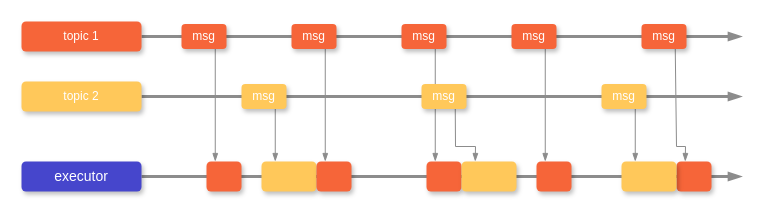
Before: rtest/doc/Concepts/draw.io/msg_timing.drawio in Beam-and-Spyrosoft/rtest, a draw.io diagram. Source tidied: cells renumbered, new cells numbered last; positions are measured from the earlier drawing's top-left corner, leaving out a move shared by most shapes. Both pictures are drawn from the tidied source at 100%, with x=0, y=0 at pixel (21, 21).
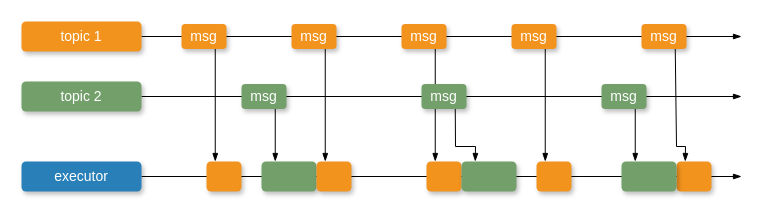
Above is the later version.

The edit, as a diff of the source:
```diff
@@
-    <mxCell id="2" style="edgeStyle=none;shape=connector;rounded=0;jettySize=auto;html=1;entryX=0.25;entryY=0;entryDx=0;entryDy=0;strokeColor=#8C8C8C;align=center;verticalAlign=middle;fontFamily=Helvetica;fontSize=11;fontColor=default;labelBackgroundColor=default;endArrow=blockThin;endFill=1;exitX=0.75;exitY=1;exitDx=0;exitDy=0;strokeWidth=1;" parent="1" edge="1" source="18" target="19">
-      <mxGeometry relative="1" as="geometry" />
-    </mxCell>
-    <mxCell id="3" style="edgeStyle=none;shape=connector;rounded=0;jettySize=auto;html=1;exitX=1;exitY=0.5;exitDx=0;exitDy=0;strokeColor=#8C8C8C;align=center;verticalAlign=middle;fontFamily=Helvetica;fontSize=11;fontColor=default;labelBackgroundColor=default;endArrow=blockThin;endFill=1;strokeWidth=3;" parent="1" edge="1" source="4">
+    <mxCell id="3" style="edgeStyle=none;shape=connector;rounded=0;jettySize=auto;html=1;exitX=1;exitY=0.5;exitDx=0;exitDy=0;strokeColor=#000000;align=center;verticalAlign=middle;fontFamily=Helvetica;fontSize=11;fontColor=default;labelBackgroundColor=default;endArrow=blockThin;endFill=1;strokeWidth=1;" parent="1" edge="1" source="4">
       <mxGeometry relative="1" as="geometry">
         <mxPoint x="720" y="15" as="targetPoint" />
       </mxGeometry>
     </mxCell>
-    <mxCell id="4" value="topic 1" style="rounded=1;whiteSpace=wrap;html=1;strokeColor=none;strokeWidth=1;fillColor=#F66539;fontSize=12;fontColor=#FFFFFF;align=center;gradientColor=none;gradientDirection=east;verticalAlign=middle;shadow=1;labelBackgroundColor=none;fontFamily=Helvetica;" parent="1" vertex="1">
+    <mxCell id="4" value="topic 1" style="rounded=1;whiteSpace=wrap;html=1;strokeColor=none;strokeWidth=1;fillColor=#F2931E;fontSize=14;fontColor=#FFFFFF;align=center;gradientColor=none;gradientDirection=east;verticalAlign=middle;shadow=1;labelBackgroundColor=none;fontFamily=Helvetica;" parent="1" vertex="1">
       <mxGeometry width="120" height="30" as="geometry" />
     </mxCell>
-    <mxCell id="5" style="edgeStyle=none;shape=connector;rounded=0;jettySize=auto;html=1;exitX=1;exitY=0.5;exitDx=0;exitDy=0;strokeColor=#8C8C8C;align=center;verticalAlign=middle;fontFamily=Helvetica;fontSize=11;fontColor=default;labelBackgroundColor=default;endArrow=blockThin;endFill=1;strokeWidth=3;" parent="1" edge="1" source="6">
+    <mxCell id="5" style="edgeStyle=none;shape=connector;rounded=0;jettySize=auto;html=1;exitX=1;exitY=0.5;exitDx=0;exitDy=0;strokeColor=#000000;align=center;verticalAlign=middle;fontFamily=Helvetica;fontSize=11;fontColor=default;labelBackgroundColor=default;endArrow=blockThin;endFill=1;strokeWidth=1;" parent="1" edge="1" source="6">
       <mxGeometry relative="1" as="geometry">
         <mxPoint x="720" y="75" as="targetPoint" />
       </mxGeometry>
     </mxCell>
-    <mxCell id="6" value="topic 2" style="rounded=1;whiteSpace=wrap;html=1;strokeColor=none;strokeWidth=1;fillColor=#FFC85A;fontSize=12;fontColor=#FFFFFF;align=center;gradientColor=none;gradientDirection=east;verticalAlign=middle;shadow=1;labelBackgroundColor=none;fontFamily=Helvetica;" parent="1" vertex="1">
+    <mxCell id="6" value="topic 2" style="rounded=1;whiteSpace=wrap;html=1;strokeColor=none;strokeWidth=1;fillColor=#739F6B;fontSize=14;fontColor=#FFFFFF;align=center;gradientColor=none;gradientDirection=east;verticalAlign=middle;shadow=1;labelBackgroundColor=none;fontFamily=Helvetica;" parent="1" vertex="1">
       <mxGeometry y="60" width="120" height="30" as="geometry" />
     </mxCell>
-    <mxCell id="7" style="edgeStyle=none;shape=connector;rounded=0;jettySize=auto;html=1;entryX=0.25;entryY=0;entryDx=0;entryDy=0;strokeColor=#8C8C8C;align=center;verticalAlign=middle;fontFamily=Helvetica;fontSize=11;fontColor=default;labelBackgroundColor=default;endArrow=blockThin;endFill=1;exitX=0.75;exitY=1;exitDx=0;exitDy=0;strokeWidth=1;" parent="1" edge="1" source="8" target="13">
-      <mxGeometry relative="1" as="geometry" />
-    </mxCell>
-    <mxCell id="8" value="msg" style="rounded=1;whiteSpace=wrap;html=1;strokeColor=none;strokeWidth=1;fillColor=#F66539;fontSize=12;fontColor=#FFFFFF;align=center;gradientColor=none;gradientDirection=east;verticalAlign=middle;shadow=1;labelBackgroundColor=none;fontFamily=Helvetica;" parent="1" vertex="1">
+    <mxCell id="8" value="msg" style="rounded=1;whiteSpace=wrap;html=1;strokeColor=none;strokeWidth=1;fillColor=#F2931E;fontSize=14;fontColor=#FFFFFF;align=center;gradientColor=none;gradientDirection=east;verticalAlign=middle;shadow=1;labelBackgroundColor=none;fontFamily=Helvetica;" parent="1" vertex="1">
       <mxGeometry x="160" y="2.5" width="45" height="25" as="geometry" />
     </mxCell>
-    <mxCell id="9" style="edgeStyle=none;shape=connector;rounded=0;jettySize=auto;html=1;entryX=0.25;entryY=0;entryDx=0;entryDy=0;strokeColor=#8C8C8C;align=center;verticalAlign=middle;fontFamily=Helvetica;fontSize=11;fontColor=default;labelBackgroundColor=default;endArrow=blockThin;endFill=1;exitX=0.75;exitY=1;exitDx=0;exitDy=0;strokeWidth=1;" parent="1" edge="1" source="10" target="14">
-      <mxGeometry relative="1" as="geometry" />
-    </mxCell>
-    <mxCell id="10" value="msg" style="rounded=1;whiteSpace=wrap;html=1;strokeColor=none;strokeWidth=1;fillColor=#FFC85A;fontSize=12;fontColor=#FFFFFF;align=center;gradientColor=none;gradientDirection=east;verticalAlign=middle;shadow=1;labelBackgroundColor=none;fontFamily=Helvetica;" parent="1" vertex="1">
-      <mxGeometry x="220" y="62.5" width="45" height="25" as="geometry" />
-    </mxCell>
-    <mxCell id="11" style="edgeStyle=none;shape=connector;rounded=0;jettySize=auto;html=1;strokeColor=#8C8C8C;align=center;verticalAlign=middle;fontFamily=Helvetica;fontSize=11;fontColor=default;labelBackgroundColor=default;endArrow=blockThin;endFill=1;strokeWidth=3;" parent="1" edge="1" source="12">
+    <mxCell id="11" style="edgeStyle=none;shape=connector;rounded=0;jettySize=auto;html=1;strokeColor=#000000;align=center;verticalAlign=middle;fontFamily=Helvetica;fontSize=11;fontColor=default;labelBackgroundColor=default;endArrow=blockThin;endFill=1;strokeWidth=1;" parent="1" edge="1" source="12">
       <mxGeometry relative="1" as="geometry">
         <mxPoint x="720" y="155" as="targetPoint" />
       </mxGeometry>
     </mxCell>
-    <mxCell id="12" value="executor" style="rounded=1;whiteSpace=wrap;html=1;strokeColor=none;strokeWidth=1;fillColor=#4646CC;fontSize=14;fontColor=#FFFFFF;align=center;gradientColor=none;gradientDirection=east;verticalAlign=middle;shadow=1;labelBackgroundColor=none;" parent="1" vertex="1">
+    <mxCell id="12" value="executor" style="rounded=1;whiteSpace=wrap;html=1;strokeColor=none;strokeWidth=1;fillColor=#2980B9;fontSize=14;fontColor=#FFFFFF;align=center;gradientColor=none;gradientDirection=east;verticalAlign=middle;shadow=1;labelBackgroundColor=none;fontFamily=Helvetica;" parent="1" vertex="1">
       <mxGeometry y="140" width="120" height="30" as="geometry" />
     </mxCell>
-    <mxCell id="13" style="rounded=1;whiteSpace=wrap;html=1;strokeColor=none;strokeWidth=1;fillColor=#F66539;fontSize=12;fontColor=#FFFFFF;align=center;gradientColor=none;gradientDirection=east;verticalAlign=middle;shadow=1;labelBackgroundColor=none;fontFamily=Helvetica;" parent="1" vertex="1">
+    <mxCell id="13" style="rounded=1;whiteSpace=wrap;html=1;strokeColor=none;strokeWidth=1;fillColor=#F2931E;fontSize=14;fontColor=#FFFFFF;align=center;gradientColor=none;gradientDirection=east;verticalAlign=middle;shadow=1;labelBackgroundColor=none;fontFamily=Helvetica;" parent="1" vertex="1">
       <mxGeometry x="185" y="140" width="35" height="30" as="geometry" />
     </mxCell>
-    <mxCell id="14" style="rounded=1;whiteSpace=wrap;html=1;strokeColor=none;strokeWidth=1;fillColor=#FFC85A;fontSize=12;fontColor=#FFFFFF;align=center;gradientColor=none;gradientDirection=east;verticalAlign=middle;shadow=1;labelBackgroundColor=none;fontFamily=Helvetica;" parent="1" vertex="1">
+    <mxCell id="14" style="rounded=1;whiteSpace=wrap;html=1;strokeColor=none;strokeWidth=1;fillColor=#739F6B;fontSize=14;fontColor=#FFFFFF;align=center;gradientColor=none;gradientDirection=east;verticalAlign=middle;shadow=1;labelBackgroundColor=none;fontFamily=Helvetica;" parent="1" vertex="1">
       <mxGeometry x="240" y="140" width="55" height="30" as="geometry" />
     </mxCell>
-    <mxCell id="15" style="edgeStyle=none;shape=connector;rounded=0;jettySize=auto;html=1;entryX=0.25;entryY=0;entryDx=0;entryDy=0;strokeColor=#8C8C8C;align=center;verticalAlign=middle;fontFamily=Helvetica;fontSize=11;fontColor=default;labelBackgroundColor=default;endArrow=blockThin;endFill=1;exitX=0.75;exitY=1;exitDx=0;exitDy=0;strokeWidth=1;" parent="1" edge="1" source="16" target="17">
-      <mxGeometry relative="1" as="geometry" />
-    </mxCell>
-    <mxCell id="16" value="msg" style="rounded=1;whiteSpace=wrap;html=1;strokeColor=none;strokeWidth=1;fillColor=#F66539;fontSize=12;fontColor=#FFFFFF;align=center;gradientColor=none;gradientDirection=east;verticalAlign=middle;shadow=1;labelBackgroundColor=none;fontFamily=Helvetica;" parent="1" vertex="1">
+    <mxCell id="16" value="msg" style="rounded=1;whiteSpace=wrap;html=1;strokeColor=none;strokeWidth=1;fillColor=#F2931E;fontSize=14;fontColor=#FFFFFF;align=center;gradientColor=none;gradientDirection=east;verticalAlign=middle;shadow=1;labelBackgroundColor=none;fontFamily=Helvetica;" parent="1" vertex="1">
       <mxGeometry x="270" y="2.5" width="45" height="25" as="geometry" />
     </mxCell>
-    <mxCell id="17" style="rounded=1;whiteSpace=wrap;html=1;strokeColor=none;strokeWidth=1;fillColor=#F66539;fontSize=12;fontColor=#FFFFFF;align=center;gradientColor=none;gradientDirection=east;verticalAlign=middle;shadow=1;labelBackgroundColor=none;fontFamily=Helvetica;" parent="1" vertex="1">
+    <mxCell id="17" style="rounded=1;whiteSpace=wrap;html=1;strokeColor=none;strokeWidth=1;fillColor=#F2931E;fontSize=14;fontColor=#FFFFFF;align=center;gradientColor=none;gradientDirection=east;verticalAlign=middle;shadow=1;labelBackgroundColor=none;fontFamily=Helvetica;" parent="1" vertex="1">
       <mxGeometry x="295" y="140" width="35" height="30" as="geometry" />
     </mxCell>
-    <mxCell id="18" value="msg" style="rounded=1;whiteSpace=wrap;html=1;strokeColor=none;strokeWidth=1;fillColor=#F66539;fontSize=12;fontColor=#FFFFFF;align=center;gradientColor=none;gradientDirection=east;verticalAlign=middle;shadow=1;labelBackgroundColor=none;fontFamily=Helvetica;" parent="1" vertex="1">
+    <mxCell id="18" value="msg" style="rounded=1;whiteSpace=wrap;html=1;strokeColor=none;strokeWidth=1;fillColor=#F2931E;fontSize=14;fontColor=#FFFFFF;align=center;gradientColor=none;gradientDirection=east;verticalAlign=middle;shadow=1;labelBackgroundColor=none;fontFamily=Helvetica;" parent="1" vertex="1">
       <mxGeometry x="380" y="2.5" width="45" height="25" as="geometry" />
     </mxCell>
-    <mxCell id="19" style="rounded=1;whiteSpace=wrap;html=1;strokeColor=none;strokeWidth=1;fillColor=#F66539;fontSize=12;fontColor=#FFFFFF;align=center;gradientColor=none;gradientDirection=east;verticalAlign=middle;shadow=1;labelBackgroundColor=none;fontFamily=Helvetica;" parent="1" vertex="1">
+    <mxCell id="19" style="rounded=1;whiteSpace=wrap;html=1;strokeColor=none;strokeWidth=1;fillColor=#F2931E;fontSize=14;fontColor=#FFFFFF;align=center;gradientColor=none;gradientDirection=east;verticalAlign=middle;shadow=1;labelBackgroundColor=none;fontFamily=Helvetica;" parent="1" vertex="1">
       <mxGeometry x="405" y="140" width="35" height="30" as="geometry" />
     </mxCell>
-    <mxCell id="20" style="edgeStyle=none;shape=connector;rounded=0;jettySize=auto;html=1;entryX=0.25;entryY=0;entryDx=0;entryDy=0;strokeColor=#8C8C8C;align=center;verticalAlign=middle;fontFamily=Helvetica;fontSize=11;fontColor=default;labelBackgroundColor=default;endArrow=blockThin;endFill=1;exitX=0.75;exitY=1;exitDx=0;exitDy=0;strokeWidth=1;" parent="1" edge="1" source="21" target="22">
-      <mxGeometry relative="1" as="geometry" />
-    </mxCell>
-    <mxCell id="21" value="msg" style="rounded=1;whiteSpace=wrap;html=1;strokeColor=none;strokeWidth=1;fillColor=#F66539;fontSize=12;fontColor=#FFFFFF;align=center;gradientColor=none;gradientDirection=east;verticalAlign=middle;shadow=1;labelBackgroundColor=none;fontFamily=Helvetica;" parent="1" vertex="1">
+    <mxCell id="21" value="msg" style="rounded=1;whiteSpace=wrap;html=1;strokeColor=none;strokeWidth=1;fillColor=#F2931E;fontSize=14;fontColor=#FFFFFF;align=center;gradientColor=none;gradientDirection=east;verticalAlign=middle;shadow=1;labelBackgroundColor=none;fontFamily=Helvetica;" parent="1" vertex="1">
       <mxGeometry x="490" y="2.5" width="45" height="25" as="geometry" />
     </mxCell>
-    <mxCell id="22" style="rounded=1;whiteSpace=wrap;html=1;strokeColor=none;strokeWidth=1;fillColor=#F66539;fontSize=12;fontColor=#FFFFFF;align=center;gradientColor=none;gradientDirection=east;verticalAlign=middle;shadow=1;labelBackgroundColor=none;fontFamily=Helvetica;" parent="1" vertex="1">
+    <mxCell id="22" style="rounded=1;whiteSpace=wrap;html=1;strokeColor=none;strokeWidth=1;fillColor=#F2931E;fontSize=14;fontColor=#FFFFFF;align=center;gradientColor=none;gradientDirection=east;verticalAlign=middle;shadow=1;labelBackgroundColor=none;fontFamily=Helvetica;" parent="1" vertex="1">
       <mxGeometry x="515" y="140" width="35" height="30" as="geometry" />
     </mxCell>
-    <mxCell id="23" style="edgeStyle=none;shape=connector;rounded=0;jettySize=auto;html=1;entryX=0.25;entryY=0;entryDx=0;entryDy=0;strokeColor=#8C8C8C;align=center;verticalAlign=middle;fontFamily=Helvetica;fontSize=11;fontColor=default;labelBackgroundColor=default;endArrow=blockThin;endFill=1;exitX=0.75;exitY=1;exitDx=0;exitDy=0;strokeWidth=1;" parent="1" edge="1" source="24" target="25">
-      <mxGeometry relative="1" as="geometry">
-        <Array as="points">
-          <mxPoint x="655" y="125" />
-          <mxPoint x="664" y="125" />
-        </Array>
-      </mxGeometry>
-    </mxCell>
-    <mxCell id="24" value="msg" style="rounded=1;whiteSpace=wrap;html=1;strokeColor=none;strokeWidth=1;fillColor=#F66539;fontSize=12;fontColor=#FFFFFF;align=center;gradientColor=none;gradientDirection=east;verticalAlign=middle;shadow=1;labelBackgroundColor=none;fontFamily=Helvetica;" parent="1" vertex="1">
+    <mxCell id="24" value="msg" style="rounded=1;whiteSpace=wrap;html=1;strokeColor=none;strokeWidth=1;fillColor=#F2931E;fontSize=14;fontColor=#FFFFFF;align=center;gradientColor=none;gradientDirection=east;verticalAlign=middle;shadow=1;labelBackgroundColor=none;fontFamily=Helvetica;" parent="1" vertex="1">
       <mxGeometry x="620" y="2.5" width="45" height="25" as="geometry" />
     </mxCell>
-    <mxCell id="25" style="rounded=1;whiteSpace=wrap;html=1;strokeColor=none;strokeWidth=1;fillColor=#F66539;fontSize=12;fontColor=#FFFFFF;align=center;gradientColor=none;gradientDirection=east;verticalAlign=middle;shadow=1;labelBackgroundColor=none;fontFamily=Helvetica;" parent="1" vertex="1">
+    <mxCell id="25" style="rounded=1;whiteSpace=wrap;html=1;strokeColor=none;strokeWidth=1;fillColor=#F2931E;fontSize=14;fontColor=#FFFFFF;align=center;gradientColor=none;gradientDirection=east;verticalAlign=middle;shadow=1;labelBackgroundColor=none;fontFamily=Helvetica;" parent="1" vertex="1">
       <mxGeometry x="655" y="140" width="35" height="30" as="geometry" />
     </mxCell>
+    <mxCell id="28" style="rounded=1;whiteSpace=wrap;html=1;strokeColor=none;strokeWidth=1;fillColor=#739F6B;fontSize=14;fontColor=#FFFFFF;align=center;gradientColor=none;gradientDirection=east;verticalAlign=middle;shadow=1;labelBackgroundColor=none;fontFamily=Helvetica;" parent="1" vertex="1">
+      <mxGeometry x="440" y="140" width="55" height="30" as="geometry" />
+    </mxCell>
+    <mxCell id="31" style="rounded=1;whiteSpace=wrap;html=1;strokeColor=none;strokeWidth=1;fillColor=#739F6B;fontSize=14;fontColor=#FFFFFF;align=center;gradientColor=none;gradientDirection=east;verticalAlign=middle;shadow=1;labelBackgroundColor=none;fontFamily=Helvetica;" parent="1" vertex="1">
+      <mxGeometry x="600" y="140" width="55" height="30" as="geometry" />
+    </mxCell>
+    <mxCell id="2" style="edgeStyle=none;shape=connector;rounded=0;jettySize=auto;html=1;entryX=0.25;entryY=0;entryDx=0;entryDy=0;strokeColor=#000000;align=center;verticalAlign=middle;fontFamily=Helvetica;fontSize=11;fontColor=default;labelBackgroundColor=default;endArrow=blockThin;endFill=1;exitX=0.75;exitY=1;exitDx=0;exitDy=0;strokeWidth=1;" parent="1" edge="1" source="18" target="19">
+      <mxGeometry relative="1" as="geometry" />
+    </mxCell>
+    <mxCell id="7" style="edgeStyle=none;shape=connector;rounded=0;jettySize=auto;html=1;entryX=0.25;entryY=0;entryDx=0;entryDy=0;strokeColor=#000000;align=center;verticalAlign=middle;fontFamily=Helvetica;fontSize=11;fontColor=default;labelBackgroundColor=default;endArrow=blockThin;endFill=1;exitX=0.75;exitY=1;exitDx=0;exitDy=0;strokeWidth=1;" parent="1" edge="1" source="8" target="13">
+      <mxGeometry relative="1" as="geometry" />
+    </mxCell>
+    <mxCell id="9" style="edgeStyle=none;shape=connector;rounded=0;jettySize=auto;html=1;entryX=0.25;entryY=0;entryDx=0;entryDy=0;strokeColor=#000000;align=center;verticalAlign=middle;fontFamily=Helvetica;fontSize=11;fontColor=default;labelBackgroundColor=default;endArrow=blockThin;endFill=1;exitX=0.75;exitY=1;exitDx=0;exitDy=0;strokeWidth=1;" parent="1" edge="1" source="10" target="14">
+      <mxGeometry relative="1" as="geometry" />
+    </mxCell>
+    <mxCell id="15" style="edgeStyle=none;shape=connector;rounded=0;jettySize=auto;html=1;entryX=0.25;entryY=0;entryDx=0;entryDy=0;strokeColor=#000000;align=center;verticalAlign=middle;fontFamily=Helvetica;fontSize=11;fontColor=default;labelBackgroundColor=default;endArrow=blockThin;endFill=1;exitX=0.75;exitY=1;exitDx=0;exitDy=0;strokeWidth=1;" parent="1" edge="1" source="16" target="17">
+      <mxGeometry relative="1" as="geometry" />
+    </mxCell>
+    <mxCell id="20" style="edgeStyle=none;shape=connector;rounded=0;jettySize=auto;html=1;entryX=0.25;entryY=0;entryDx=0;entryDy=0;strokeColor=#000000;align=center;verticalAlign=middle;fontFamily=Helvetica;fontSize=11;fontColor=default;labelBackgroundColor=default;endArrow=blockThin;endFill=1;exitX=0.75;exitY=1;exitDx=0;exitDy=0;strokeWidth=1;" parent="1" edge="1" source="21" target="22">
+      <mxGeometry relative="1" as="geometry" />
+    </mxCell>
+    <mxCell id="23" style="edgeStyle=none;shape=connector;rounded=0;jettySize=auto;html=1;entryX=0.25;entryY=0;entryDx=0;entryDy=0;strokeColor=#000000;align=center;verticalAlign=middle;fontFamily=Helvetica;fontSize=11;fontColor=default;labelBackgroundColor=default;endArrow=blockThin;endFill=1;exitX=0.75;exitY=1;exitDx=0;exitDy=0;strokeWidth=1;" parent="1" edge="1" source="24" target="25">
+      <mxGeometry relative="1" as="geometry">
+        <Array as="points">
+          <mxPoint x="655" y="125" />
+          <mxPoint x="664" y="125" />
+        </Array>
+      </mxGeometry>
+    </mxCell>
-    <mxCell id="26" style="edgeStyle=none;shape=connector;rounded=0;jettySize=auto;html=1;entryX=0.25;entryY=0;entryDx=0;entryDy=0;strokeColor=#8C8C8C;align=center;verticalAlign=middle;fontFamily=Helvetica;fontSize=11;fontColor=default;labelBackgroundColor=default;endArrow=blockThin;endFill=1;exitX=0.75;exitY=1;exitDx=0;exitDy=0;strokeWidth=1;" parent="1" edge="1" source="27" target="28">
+    <mxCell id="26" style="edgeStyle=none;shape=connector;rounded=0;jettySize=auto;html=1;entryX=0.25;entryY=0;entryDx=0;entryDy=0;strokeColor=#000000;align=center;verticalAlign=middle;fontFamily=Helvetica;fontSize=11;fontColor=default;labelBackgroundColor=default;endArrow=blockThin;endFill=1;exitX=0.75;exitY=1;exitDx=0;exitDy=0;strokeWidth=1;" parent="1" edge="1" source="27" target="28">
       <mxGeometry relative="1" as="geometry">
         <Array as="points">
           <mxPoint x="434" y="125" />
           <mxPoint x="454" y="125" />
         </Array>
       </mxGeometry>
     </mxCell>
+    <mxCell id="29" style="edgeStyle=none;shape=connector;rounded=0;jettySize=auto;html=1;entryX=0.25;entryY=0;entryDx=0;entryDy=0;strokeColor=#000000;align=center;verticalAlign=middle;fontFamily=Helvetica;fontSize=11;fontColor=default;labelBackgroundColor=default;endArrow=blockThin;endFill=1;exitX=0.75;exitY=1;exitDx=0;exitDy=0;strokeWidth=1;" parent="1" edge="1" source="30" target="31">
+      <mxGeometry relative="1" as="geometry" />
+    </mxCell>
+    <mxCell id="10" value="msg" style="rounded=1;whiteSpace=wrap;html=1;strokeColor=none;strokeWidth=1;fillColor=#739F6B;fontSize=14;fontColor=#FFFFFF;align=center;gradientColor=none;gradientDirection=east;verticalAlign=middle;shadow=1;labelBackgroundColor=none;fontFamily=Helvetica;" parent="1" vertex="1">
+      <mxGeometry x="220" y="62.5" width="45" height="25" as="geometry" />
+    </mxCell>
-    <mxCell id="27" value="msg" style="rounded=1;whiteSpace=wrap;html=1;strokeColor=none;strokeWidth=1;fillColor=#FFC85A;fontSize=12;fontColor=#FFFFFF;align=center;gradientColor=none;gradientDirection=east;verticalAlign=middle;shadow=1;labelBackgroundColor=none;fontFamily=Helvetica;" parent="1" vertex="1">
+    <mxCell id="27" value="msg" style="rounded=1;whiteSpace=wrap;html=1;strokeColor=none;strokeWidth=1;fillColor=#739F6B;fontSize=14;fontColor=#FFFFFF;align=center;gradientColor=none;gradientDirection=east;verticalAlign=middle;shadow=1;labelBackgroundColor=none;fontFamily=Helvetica;" parent="1" vertex="1">
       <mxGeometry x="400" y="62.5" width="45" height="25" as="geometry" />
     </mxCell>
-    <mxCell id="28" style="rounded=1;whiteSpace=wrap;html=1;strokeColor=none;strokeWidth=1;fillColor=#FFC85A;fontSize=12;fontColor=#FFFFFF;align=center;gradientColor=none;gradientDirection=east;verticalAlign=middle;shadow=1;labelBackgroundColor=none;fontFamily=Helvetica;" parent="1" vertex="1">
-      <mxGeometry x="440" y="140" width="55" height="30" as="geometry" />
-    </mxCell>
-    <mxCell id="29" style="edgeStyle=none;shape=connector;rounded=0;jettySize=auto;html=1;entryX=0.25;entryY=0;entryDx=0;entryDy=0;strokeColor=#8C8C8C;align=center;verticalAlign=middle;fontFamily=Helvetica;fontSize=11;fontColor=default;labelBackgroundColor=default;endArrow=blockThin;endFill=1;exitX=0.75;exitY=1;exitDx=0;exitDy=0;strokeWidth=1;" parent="1" edge="1" source="30" target="31">
-      <mxGeometry relative="1" as="geometry" />
-    </mxCell>
-    <mxCell id="30" value="msg" style="rounded=1;whiteSpace=wrap;html=1;strokeColor=none;strokeWidth=1;fillColor=#FFC85A;fontSize=12;fontColor=#FFFFFF;align=center;gradientColor=none;gradientDirection=east;verticalAlign=middle;shadow=1;labelBackgroundColor=none;fontFamily=Helvetica;" parent="1" vertex="1">
+    <mxCell id="30" value="msg" style="rounded=1;whiteSpace=wrap;html=1;strokeColor=none;strokeWidth=1;fillColor=#739F6B;fontSize=14;fontColor=#FFFFFF;align=center;gradientColor=none;gradientDirection=east;verticalAlign=middle;shadow=1;labelBackgroundColor=none;fontFamily=Helvetica;" parent="1" vertex="1">
       <mxGeometry x="580" y="62.5" width="45" height="25" as="geometry" />
     </mxCell>
-    <mxCell id="31" style="rounded=1;whiteSpace=wrap;html=1;strokeColor=none;strokeWidth=1;fillColor=#FFC85A;fontSize=12;fontColor=#FFFFFF;align=center;gradientColor=none;gradientDirection=east;verticalAlign=middle;shadow=1;labelBackgroundColor=none;fontFamily=Helvetica;" parent="1" vertex="1">
-      <mxGeometry x="600" y="140" width="55" height="30" as="geometry" />
-    </mxCell>
```
